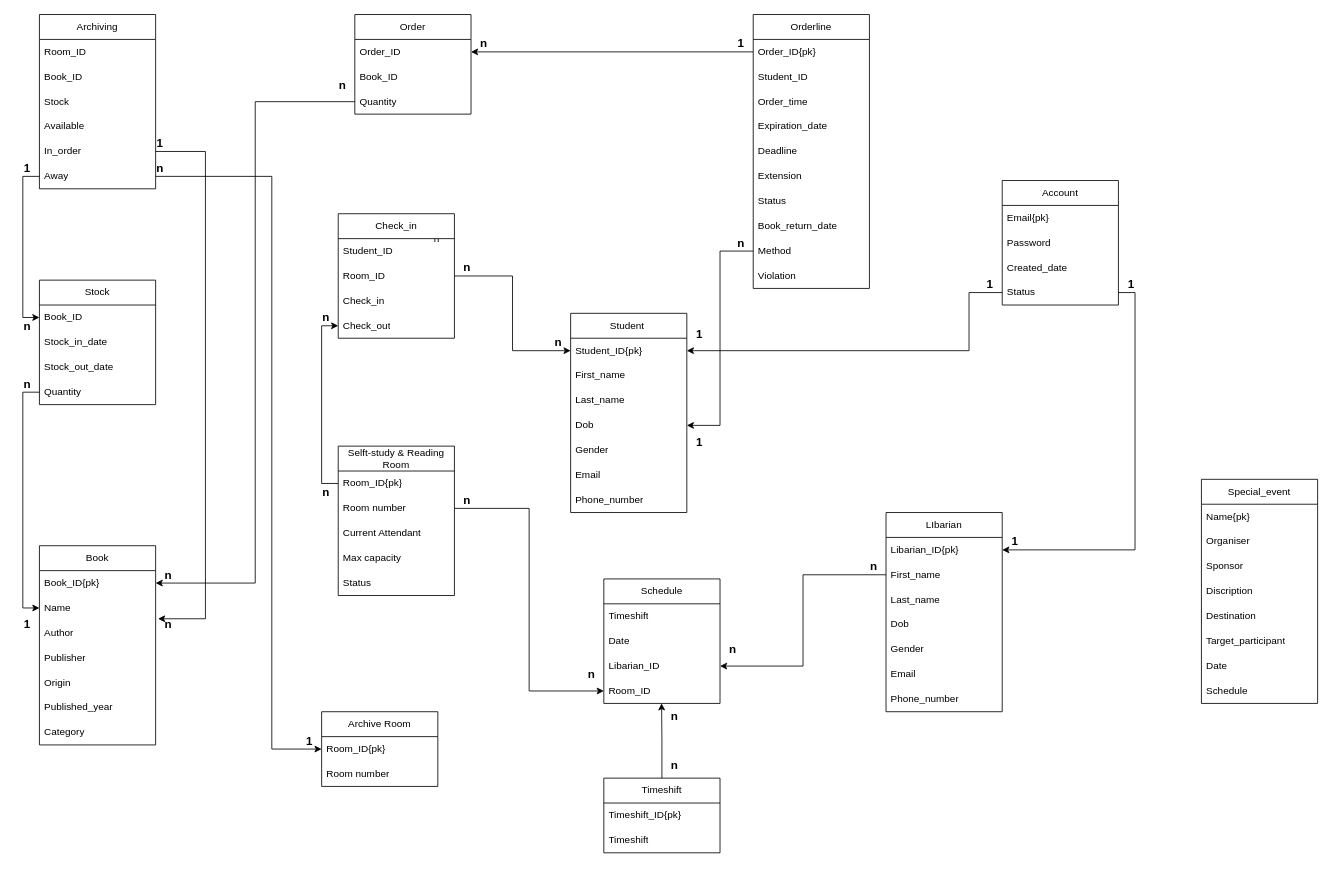
Dovanvu09/LibraryManagement keeps this draw.io diagram as table_relations.drawio. Above is the earlier version. Source tidied: cells renumbered, new cells numbered last; positions are measured from the earlier drawing's top-left corner, leaving out a move shared by most shapes. Both pictures are drawn from the tidied source at 83%, with x=0, y=0 at pixel (14, 14).
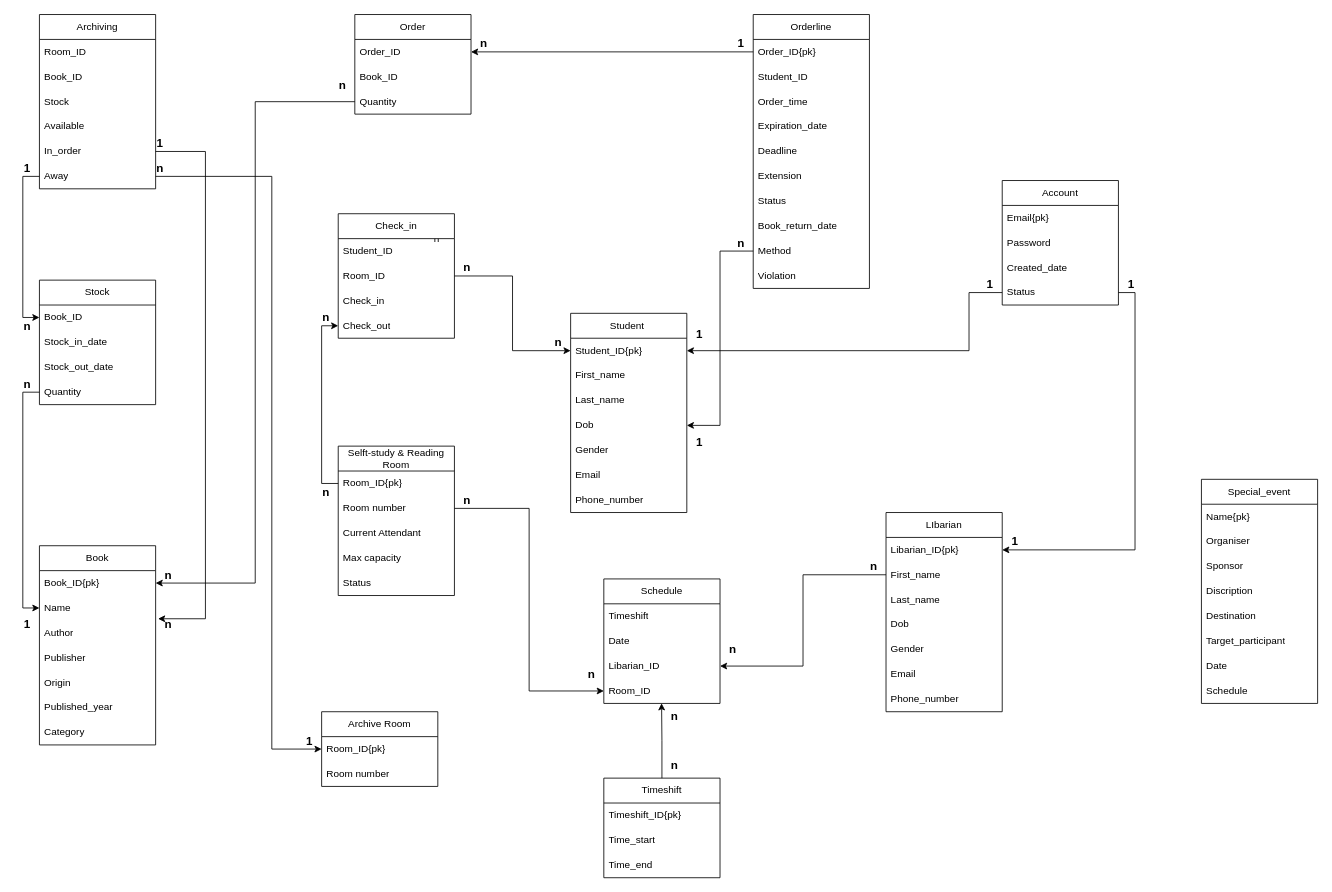
The same diagram, later.

Commit message:
Cập nhật table_relations.drawio

Diff of the diagram source:
```diff
@@
     <mxCell id="122" value="Timeshift" style="swimlane;fontStyle=0;horizontal=1;startSize=30;whiteSpace=wrap;html=1;" parent="1" vertex="1">
-      <mxGeometry x="710" y="920" width="140" height="90" as="geometry" />
+      <mxGeometry x="710" y="920" width="140" height="120" as="geometry" />
     </mxCell>
@@
+    <mxCell id="132" value="Time_start" style="text;strokeColor=none;fillColor=none;align=left;verticalAlign=middle;spacingLeft=4;spacingRight=4;overflow=hidden;whiteSpace=wrap;html=1;" parent="122" vertex="1">
+      <mxGeometry y="60" width="140" height="30" as="geometry" />
+    </mxCell>
-    <mxCell id="124" value="Timeshift" style="text;strokeColor=none;fillColor=none;align=left;verticalAlign=middle;spacingLeft=4;spacingRight=4;overflow=hidden;whiteSpace=wrap;html=1;" parent="122" vertex="1">
-      <mxGeometry y="60" width="140" height="30" as="geometry" />
+    <mxCell id="124" value="Time_end" style="text;strokeColor=none;fillColor=none;align=left;verticalAlign=middle;spacingLeft=4;spacingRight=4;overflow=hidden;whiteSpace=wrap;html=1;" parent="122" vertex="1">
+      <mxGeometry y="90" width="140" height="30" as="geometry" />
     </mxCell>
```
